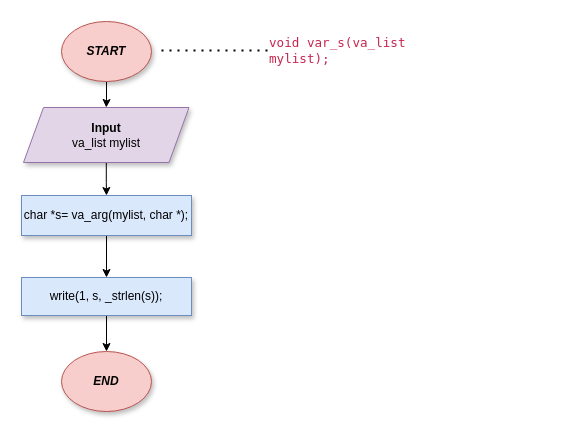
Above: page "var_s" (3 of 4) of Diagramme sans nom.drawio in Amandine4731/holbertonschool-printf (draw.io), before the change. Source tidied: cells renumbered, new cells numbered last; positions are measured from the earlier drawing's top-left corner, leaving out a move shared by most shapes. Both pictures are drawn from the tidied source at 100%, with x=0, y=0 at pixel (21, 21).
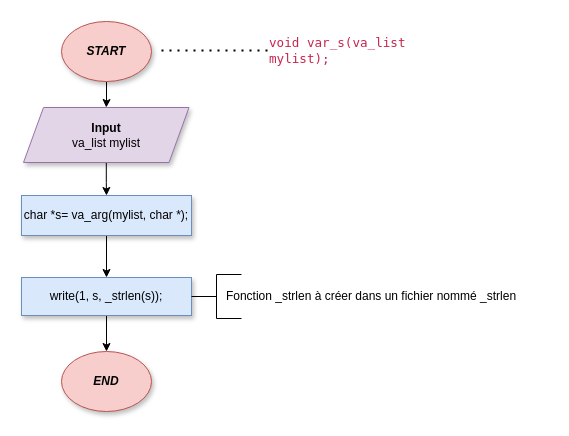
The same page after the edit.

Diff of the diagram source:
```diff
@@
 <mxGraphModel>
   <root>
     <mxCell id="0" />
     <mxCell id="1" parent="0" />
     <mxCell id="2" style="edgeStyle=orthogonalEdgeStyle;rounded=0;jettySize=auto;html=1;entryX=0.5;entryY=0;entryDx=0;entryDy=0;" parent="1" edge="1" source="3" target="9">
       <mxGeometry relative="1" as="geometry" />
     </mxCell>
     <mxCell id="3" value="&lt;b&gt;&lt;i&gt;START&lt;/i&gt;&lt;/b&gt;" style="ellipse;whiteSpace=wrap;html=1;shadow=1;fillColor=#f8cecc;strokeColor=#b85450;" parent="1" vertex="1">
       <mxGeometry x="40" width="90" height="60" as="geometry" />
     </mxCell>
     <mxCell id="4" style="endArrow=none;dashed=1;html=1;dashPattern=1 3;strokeWidth=2;rounded=0;" parent="1" edge="1">
       <mxGeometry relative="1" as="geometry">
         <mxPoint x="140" y="29" as="sourcePoint" />
         <mxPoint x="250" y="29" as="targetPoint" />
       </mxGeometry>
     </mxCell>
     <mxCell id="5" value="&lt;div style=&quot;text-align: left;&quot;&gt;&lt;font face=&quot;Menlo, Monaco, Consolas, Courier New, monospace&quot; color=&quot;#c7254e&quot;&gt;&lt;span style=&quot;font-size: 12.6px;&quot;&gt;void var_s(va_list mylist);&lt;/span&gt;&lt;/font&gt;&lt;br&gt;&lt;/div&gt;" style="text;html=1;strokeColor=none;fillColor=none;align=center;verticalAlign=middle;whiteSpace=wrap;rounded=0;shadow=1;strokeWidth=1;" parent="1" vertex="1">
       <mxGeometry x="247" y="14" width="203" height="30" as="geometry" />
     </mxCell>
     <mxCell id="6" style="edgeStyle=orthogonalEdgeStyle;rounded=0;jettySize=auto;html=1;entryX=0.5;entryY=0;entryDx=0;entryDy=0;" parent="1" edge="1" source="7" target="11">
       <mxGeometry relative="1" as="geometry" />
     </mxCell>
     <mxCell id="7" value="char *s= va_arg(mylist, char *);" style="rounded=0;whiteSpace=wrap;html=1;shadow=1;strokeWidth=1;fillColor=#dae8fc;strokeColor=#6c8ebf;" parent="1" vertex="1">
       <mxGeometry y="174" width="170" height="40" as="geometry" />
     </mxCell>
     <mxCell id="8" style="edgeStyle=orthogonalEdgeStyle;rounded=0;jettySize=auto;html=1;" parent="1" edge="1" source="9" target="7">
       <mxGeometry relative="1" as="geometry" />
     </mxCell>
     <mxCell id="9" value="&lt;b&gt;Input&lt;/b&gt;&lt;br&gt;va_list mylist" style="shape=parallelogram;perimeter=parallelogramPerimeter;whiteSpace=wrap;html=1;fixedSize=1;shadow=1;strokeWidth=1;fillColor=#e1d5e7;strokeColor=#9673a6;" parent="1" vertex="1">
       <mxGeometry x="2" y="86" width="165.5" height="55" as="geometry" />
     </mxCell>
     <mxCell id="10" style="edgeStyle=orthogonalEdgeStyle;rounded=0;jettySize=auto;html=1;entryX=0.5;entryY=0;entryDx=0;entryDy=0;" parent="1" edge="1" source="11" target="12">
       <mxGeometry relative="1" as="geometry" />
     </mxCell>
     <mxCell id="11" value="write(1, s, _strlen(s));" style="rounded=0;whiteSpace=wrap;html=1;shadow=1;strokeWidth=1;fillColor=#dae8fc;strokeColor=#6c8ebf;" parent="1" vertex="1">
       <mxGeometry y="256" width="170" height="38" as="geometry" />
     </mxCell>
     <mxCell id="12" value="&lt;b&gt;&lt;i&gt;END&lt;/i&gt;&lt;/b&gt;" style="ellipse;whiteSpace=wrap;html=1;shadow=1;fillColor=#f8cecc;strokeColor=#b85450;" parent="1" vertex="1">
       <mxGeometry x="40" y="330" width="90" height="60" as="geometry" />
     </mxCell>
+    <mxCell id="13" style="strokeWidth=1;html=1;shape=mxgraph.flowchart.annotation_2;align=left;labelPosition=right;labelBackgroundColor=none;" parent="1" vertex="1">
+      <mxGeometry x="170" y="253" width="50" height="44" as="geometry" />
+    </mxCell>
+    <mxCell id="14" value="Fonction _strlen à créer dans un fichier nommé _strlen" style="text;html=1;strokeColor=none;fillColor=none;align=center;verticalAlign=middle;whiteSpace=wrap;rounded=0;labelBackgroundColor=none;strokeWidth=1;" parent="1" vertex="1">
+      <mxGeometry x="170" y="260" width="360" height="30" as="geometry" />
+    </mxCell>
   </root>
 </mxGraphModel>
```
